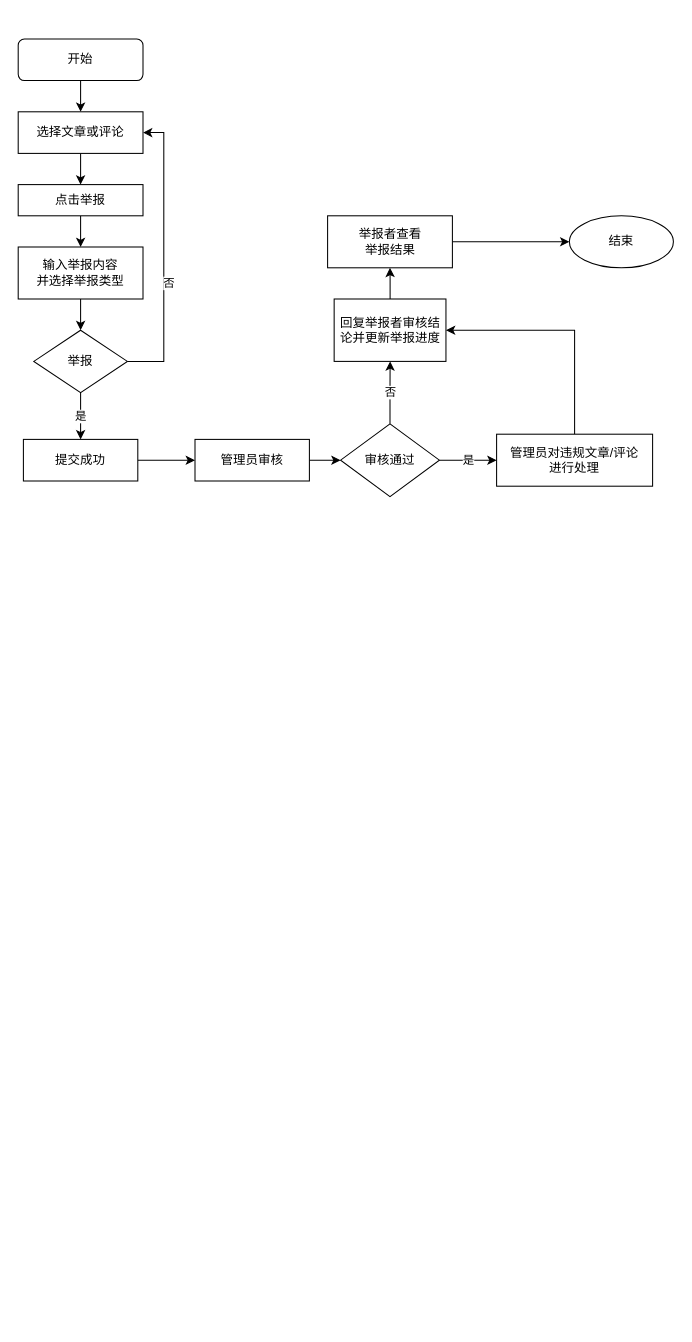
Above: report_manage_flowchart.drawio in JohnnyLin12/GJR_BBS (draw.io), before the change. Source tidied: cells renumbered, new cells numbered last; positions are measured from the earlier drawing's top-left corner, leaving out a move shared by most shapes. Both pictures are drawn from the tidied source at 104%, with x=0, y=0 at pixel (18, 38).
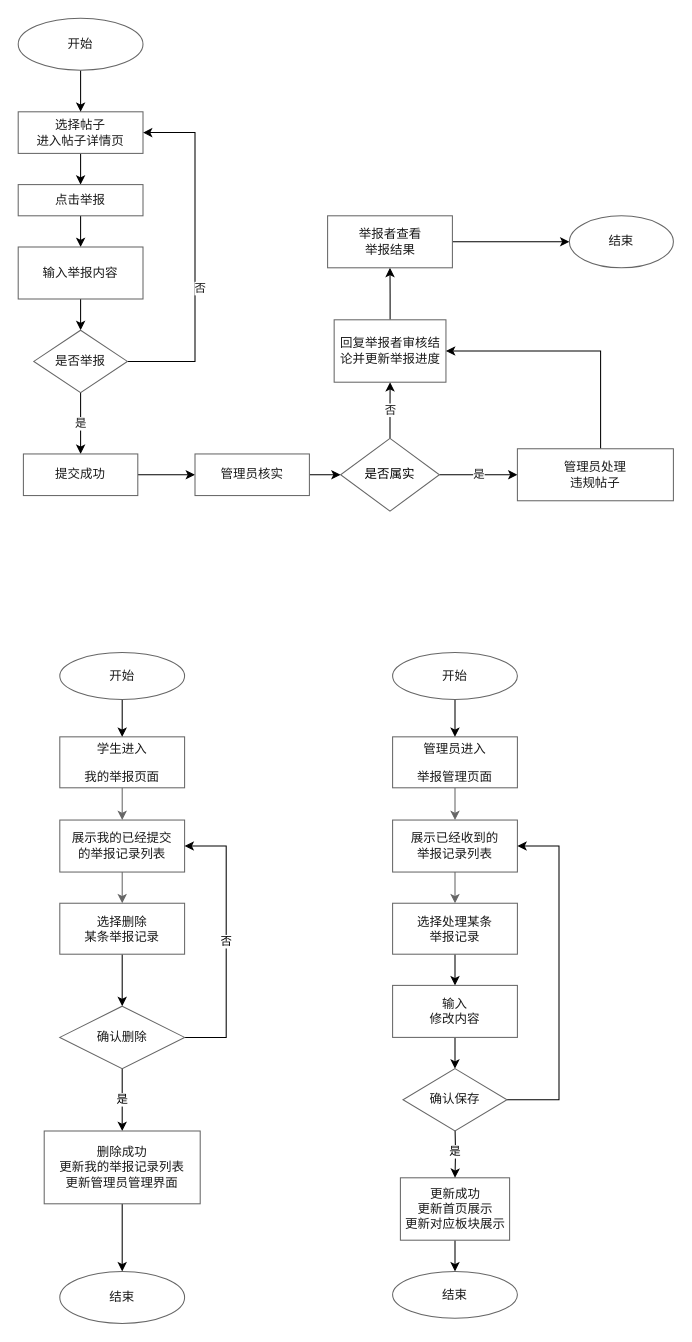
After the change.

Diff of the diagram source:
```diff
@@
-    <mxCell id="2" style="edgeStyle=orthogonalEdgeStyle;rounded=0;jettySize=auto;html=1;" parent="1" edge="1" source="3" target="5">
-      <mxGeometry relative="1" as="geometry" />
-    </mxCell>
-    <mxCell id="3" value="开始" style="rounded=1;whiteSpace=wrap;html=1;fontSize=12;glass=0;strokeWidth=1;shadow=0;" parent="1" vertex="1">
-      <mxGeometry width="120" height="40" as="geometry" />
-    </mxCell>
-    <mxCell id="4" style="edgeStyle=orthogonalEdgeStyle;rounded=0;jettySize=auto;html=1;" parent="1" edge="1" source="5" target="7">
+    <mxCell id="4" style="edgeStyle=orthogonalEdgeStyle;rounded=0;jettySize=auto;html=1;fontColor=#1A1A1A;" parent="1" edge="1" source="5" target="7">
       <mxGeometry relative="1" as="geometry" />
     </mxCell>
-    <mxCell id="5" value="选择文章或评论" style="whiteSpace=wrap;html=1;rounded=0;glass=0;strokeWidth=1;shadow=0;" parent="1" vertex="1">
+    <mxCell id="5" value="选择帖子&lt;br&gt;进入帖子详情页" style="whiteSpace=wrap;html=1;rounded=0;glass=0;strokeWidth=1;shadow=0;strokeColor=#666666;fontColor=#1A1A1A;" parent="1" vertex="1">
       <mxGeometry y="70" width="120" height="40" as="geometry" />
     </mxCell>
-    <mxCell id="6" style="edgeStyle=orthogonalEdgeStyle;rounded=0;jettySize=auto;html=1;" parent="1" edge="1" source="7" target="9">
+    <mxCell id="6" style="edgeStyle=orthogonalEdgeStyle;rounded=0;jettySize=auto;html=1;fontColor=#1A1A1A;" parent="1" edge="1" source="7" target="9">
       <mxGeometry relative="1" as="geometry" />
     </mxCell>
-    <mxCell id="7" value="点击举报" style="whiteSpace=wrap;html=1;rounded=0;glass=0;strokeWidth=1;shadow=0;" parent="1" vertex="1">
+    <mxCell id="7" value="点击举报" style="whiteSpace=wrap;html=1;rounded=0;glass=0;strokeWidth=1;shadow=0;strokeColor=#666666;fontColor=#1A1A1A;" parent="1" vertex="1">
       <mxGeometry y="140" width="120" height="30" as="geometry" />
     </mxCell>
-    <mxCell id="8" style="edgeStyle=orthogonalEdgeStyle;rounded=0;jettySize=auto;html=1;" parent="1" edge="1" source="9" target="13">
+    <mxCell id="8" style="edgeStyle=orthogonalEdgeStyle;rounded=0;jettySize=auto;html=1;fontColor=#1A1A1A;" parent="1" edge="1" source="9" target="13">
       <mxGeometry relative="1" as="geometry" />
     </mxCell>
-    <mxCell id="9" value="输入举报内容&lt;br&gt;并选择举报类型" style="whiteSpace=wrap;html=1;rounded=0;glass=0;strokeWidth=1;shadow=0;" parent="1" vertex="1">
+    <mxCell id="9" value="输入举报内容" style="whiteSpace=wrap;html=1;rounded=0;glass=0;strokeWidth=1;shadow=0;strokeColor=#666666;fontColor=#1A1A1A;" parent="1" vertex="1">
       <mxGeometry y="200" width="120" height="50" as="geometry" />
     </mxCell>
-    <mxCell id="10" style="edgeStyle=orthogonalEdgeStyle;rounded=0;jettySize=auto;html=1;entryX=1;entryY=0.5;entryDx=0;entryDy=0;" parent="1" edge="1" source="13" target="5">
+    <mxCell id="10" style="edgeStyle=orthogonalEdgeStyle;rounded=0;jettySize=auto;html=1;entryX=1;entryY=0.5;entryDx=0;entryDy=0;fontColor=#1A1A1A;" parent="1" edge="1" source="13" target="5">
       <mxGeometry relative="1" as="geometry">
         <Array as="points">
-          <mxPoint x="140" y="310" />
-          <mxPoint x="140" y="90" />
+          <mxPoint x="170" y="310" />
+          <mxPoint x="170" y="90" />
         </Array>
       </mxGeometry>
     </mxCell>
-    <mxCell id="11" value="否" style="edgeLabel;html=1;align=center;verticalAlign=middle;" parent="10" vertex="1">
+    <mxCell id="11" value="否" style="edgeLabel;html=1;align=center;verticalAlign=middle;fontColor=#1A1A1A;" parent="10" vertex="1">
       <mxGeometry x="-0.19" y="-4" relative="1" as="geometry" />
     </mxCell>
-    <mxCell id="12" value="是" style="edgeStyle=orthogonalEdgeStyle;rounded=0;jettySize=auto;html=1;" parent="1" edge="1" source="13" target="15">
+    <mxCell id="12" value="是" style="edgeStyle=orthogonalEdgeStyle;rounded=0;jettySize=auto;html=1;fontColor=#1A1A1A;" parent="1" edge="1" source="13" target="15">
       <mxGeometry relative="1" as="geometry" />
     </mxCell>
-    <mxCell id="13" value="举报" style="rhombus;whiteSpace=wrap;html=1;rounded=0;glass=0;strokeWidth=1;shadow=0;" parent="1" vertex="1">
+    <mxCell id="13" value="是否举报" style="rhombus;whiteSpace=wrap;html=1;rounded=0;glass=0;strokeWidth=1;shadow=0;strokeColor=#666666;fontColor=#1A1A1A;" parent="1" vertex="1">
       <mxGeometry x="15" y="280" width="90" height="60" as="geometry" />
     </mxCell>
-    <mxCell id="14" style="edgeStyle=orthogonalEdgeStyle;rounded=0;jettySize=auto;html=1;" parent="1" edge="1" source="15" target="17">
+    <mxCell id="14" style="edgeStyle=orthogonalEdgeStyle;rounded=0;jettySize=auto;html=1;fontColor=#1A1A1A;" parent="1" edge="1" source="15" target="17">
       <mxGeometry relative="1" as="geometry" />
     </mxCell>
-    <mxCell id="15" value="提交成功" style="whiteSpace=wrap;html=1;rounded=0;glass=0;strokeWidth=1;shadow=0;" parent="1" vertex="1">
-      <mxGeometry x="5" y="385" width="110" height="40" as="geometry" />
+    <mxCell id="15" value="提交成功" style="whiteSpace=wrap;html=1;rounded=0;glass=0;strokeWidth=1;shadow=0;strokeColor=#666666;fontColor=#1A1A1A;" parent="1" vertex="1">
+      <mxGeometry x="5" y="399" width="110" height="40" as="geometry" />
     </mxCell>
-    <mxCell id="16" style="edgeStyle=orthogonalEdgeStyle;rounded=0;jettySize=auto;html=1;" parent="1" edge="1" source="17" target="20">
+    <mxCell id="16" style="edgeStyle=orthogonalEdgeStyle;rounded=0;jettySize=auto;html=1;fontColor=#1A1A1A;" parent="1" edge="1" source="17" target="20">
       <mxGeometry relative="1" as="geometry" />
     </mxCell>
-    <mxCell id="17" value="管理员审核" style="whiteSpace=wrap;html=1;rounded=0;glass=0;strokeWidth=1;shadow=0;" parent="1" vertex="1">
-      <mxGeometry x="170" y="385" width="110" height="40" as="geometry" />
+    <mxCell id="17" value="管理员核实" style="whiteSpace=wrap;html=1;rounded=0;glass=0;strokeWidth=1;shadow=0;strokeColor=#666666;fontColor=#1A1A1A;" parent="1" vertex="1">
+      <mxGeometry x="170" y="399" width="110" height="40" as="geometry" />
     </mxCell>
-    <mxCell id="18" value="否" style="edgeStyle=orthogonalEdgeStyle;rounded=0;jettySize=auto;html=1;" parent="1" edge="1" source="20" target="22">
+    <mxCell id="18" value="否" style="edgeStyle=orthogonalEdgeStyle;rounded=0;jettySize=auto;html=1;fontColor=#1A1A1A;" parent="1" edge="1" source="20" target="22">
       <mxGeometry relative="1" as="geometry" />
     </mxCell>
-    <mxCell id="19" value="是" style="edgeStyle=orthogonalEdgeStyle;rounded=0;jettySize=auto;html=1;" parent="1" edge="1" source="20" target="24">
+    <mxCell id="19" value="是" style="edgeStyle=orthogonalEdgeStyle;rounded=0;jettySize=auto;html=1;fontColor=#1A1A1A;" parent="1" edge="1" source="20" target="24">
       <mxGeometry relative="1" as="geometry" />
     </mxCell>
-    <mxCell id="20" value="审核通过" style="rhombus;whiteSpace=wrap;html=1;rounded=0;glass=0;strokeWidth=1;shadow=0;" parent="1" vertex="1">
-      <mxGeometry x="310" y="370" width="95" height="70" as="geometry" />
+    <mxCell id="20" value="是否属实" style="rhombus;whiteSpace=wrap;html=1;rounded=0;glass=0;strokeWidth=1;shadow=0;strokeColor=#666666;" parent="1" vertex="1">
+      <mxGeometry x="310" y="384" width="95" height="70" as="geometry" />
     </mxCell>
-    <mxCell id="21" style="edgeStyle=orthogonalEdgeStyle;rounded=0;jettySize=auto;html=1;" parent="1" edge="1" source="22" target="26">
+    <mxCell id="21" style="edgeStyle=orthogonalEdgeStyle;rounded=0;jettySize=auto;html=1;fontColor=#1A1A1A;" parent="1" edge="1" source="22" target="26">
       <mxGeometry relative="1" as="geometry" />
     </mxCell>
-    <mxCell id="22" value="回复举报者审核结论并更新举报进度" style="whiteSpace=wrap;html=1;rounded=0;glass=0;strokeWidth=1;shadow=0;" parent="1" vertex="1">
-      <mxGeometry x="303.8" y="250" width="107.5" height="60" as="geometry" />
+    <mxCell id="22" value="回复举报者审核结论并更新举报进度" style="whiteSpace=wrap;html=1;rounded=0;glass=0;strokeWidth=1;shadow=0;strokeColor=#666666;fontColor=#1A1A1A;" parent="1" vertex="1">
+      <mxGeometry x="303.8" y="270" width="107.5" height="60" as="geometry" />
     </mxCell>
-    <mxCell id="23" style="edgeStyle=orthogonalEdgeStyle;rounded=0;jettySize=auto;html=1;entryX=1;entryY=0.5;entryDx=0;entryDy=0;" parent="1" edge="1" source="24" target="22">
+    <mxCell id="23" style="edgeStyle=orthogonalEdgeStyle;rounded=0;jettySize=auto;html=1;entryX=1;entryY=0.5;entryDx=0;entryDy=0;fontColor=#1A1A1A;strokeColor=default;" parent="1" edge="1" source="24" target="22">
       <mxGeometry relative="1" as="geometry">
         <Array as="points">
-          <mxPoint x="535" y="280" />
+          <mxPoint x="560" y="300" />
         </Array>
       </mxGeometry>
     </mxCell>
-    <mxCell id="24" value="管理员对违规文章/评论&lt;br&gt;进行处理" style="whiteSpace=wrap;html=1;rounded=0;glass=0;strokeWidth=1;shadow=0;" parent="1" vertex="1">
-      <mxGeometry x="460" y="380" width="150" height="50" as="geometry" />
+    <mxCell id="24" value="管理员处理&lt;br&gt;违规帖子" style="whiteSpace=wrap;html=1;rounded=0;glass=0;strokeWidth=1;shadow=0;strokeColor=#666666;fontColor=#1A1A1A;" parent="1" vertex="1">
+      <mxGeometry x="480" y="394" width="150" height="50" as="geometry" />
     </mxCell>
-    <mxCell id="25" style="edgeStyle=orthogonalEdgeStyle;rounded=0;jettySize=auto;html=1;entryX=0;entryY=0.5;entryDx=0;entryDy=0;" parent="1" edge="1" source="26" target="27">
+    <mxCell id="25" style="edgeStyle=orthogonalEdgeStyle;rounded=0;jettySize=auto;html=1;entryX=0;entryY=0.5;entryDx=0;entryDy=0;fontColor=#1A1A1A;" parent="1" edge="1" source="26" target="27">
       <mxGeometry relative="1" as="geometry" />
     </mxCell>
-    <mxCell id="26" value="举报者查看&lt;br&gt;举报结果" style="whiteSpace=wrap;html=1;rounded=0;glass=0;strokeWidth=1;shadow=0;" parent="1" vertex="1">
+    <mxCell id="26" value="举报者查看&lt;br&gt;举报结果" style="whiteSpace=wrap;html=1;rounded=0;glass=0;strokeWidth=1;shadow=0;strokeColor=#666666;fontColor=#1A1A1A;" parent="1" vertex="1">
       <mxGeometry x="297.5" y="170" width="120" height="50" as="geometry" />
     </mxCell>
-    <mxCell id="27" value="结束" style="ellipse;whiteSpace=wrap;html=1;rounded=0;glass=0;strokeWidth=1;shadow=0;" parent="1" vertex="1">
+    <mxCell id="27" value="结束" style="ellipse;whiteSpace=wrap;html=1;rounded=0;glass=0;strokeWidth=1;shadow=0;strokeColor=#666666;fontColor=#1A1A1A;" parent="1" vertex="1">
       <mxGeometry x="530" y="170" width="100" height="50" as="geometry" />
     </mxCell>
+    <mxCell id="28" style="edgeStyle=orthogonalEdgeStyle;rounded=0;jettySize=auto;html=1;fontColor=#1A1A1A;strokeColor=default;" parent="1" edge="1" source="29" target="5">
+      <mxGeometry relative="1" as="geometry" />
+    </mxCell>
+    <mxCell id="29" value="开始" style="ellipse;whiteSpace=wrap;html=1;fontColor=#1A1A1A;strokeColor=#666666;" parent="1" vertex="1">
+      <mxGeometry y="-20" width="120" height="50" as="geometry" />
+    </mxCell>
+    <mxCell id="30" style="edgeStyle=orthogonalEdgeStyle;rounded=0;jettySize=auto;html=1;fontFamily=Helvetica;fontColor=#1A1A1A;strokeColor=#666666;" parent="1" edge="1" source="31" target="35">
+      <mxGeometry relative="1" as="geometry" />
+    </mxCell>
+    <mxCell id="31" value="&lt;p&gt;学生&lt;span&gt;进入&lt;/span&gt;&lt;/p&gt;&lt;p&gt;&lt;span&gt;我的举报页面&lt;/span&gt;&lt;/p&gt;" style="rounded=0;whiteSpace=wrap;html=1;fontFamily=Helvetica;fontColor=#1A1A1A;strokeColor=#666666;" parent="1" vertex="1">
+      <mxGeometry x="40" y="671" width="120" height="49" as="geometry" />
+    </mxCell>
+    <mxCell id="32" style="edgeStyle=orthogonalEdgeStyle;rounded=0;jettySize=auto;html=1;" parent="1" edge="1" source="33" target="40">
+      <mxGeometry relative="1" as="geometry" />
+    </mxCell>
+    <mxCell id="33" value="选择删除&lt;br&gt;某条举报记录" style="whiteSpace=wrap;html=1;rounded=0;fontFamily=Helvetica;fontColor=#1A1A1A;strokeColor=#666666;" parent="1" vertex="1">
+      <mxGeometry x="40" y="831" width="120" height="49" as="geometry" />
+    </mxCell>
+    <mxCell id="34" style="edgeStyle=orthogonalEdgeStyle;rounded=0;jettySize=auto;html=1;fontFamily=Helvetica;fontColor=#1A1A1A;strokeColor=#666666;" parent="1" edge="1" source="35" target="33">
+      <mxGeometry relative="1" as="geometry" />
+    </mxCell>
+    <mxCell id="35" value="展示我的已经提交&lt;br&gt;的举报记录列表" style="rounded=0;whiteSpace=wrap;html=1;fontFamily=Helvetica;fontColor=#1A1A1A;strokeColor=#666666;" parent="1" vertex="1">
+      <mxGeometry x="40" y="751" width="120" height="50" as="geometry" />
+    </mxCell>
+    <mxCell id="36" style="edgeStyle=orthogonalEdgeStyle;rounded=0;jettySize=auto;html=1;" parent="1" edge="1" source="37" target="31">
+      <mxGeometry relative="1" as="geometry" />
+    </mxCell>
+    <mxCell id="37" value="开始" style="ellipse;whiteSpace=wrap;html=1;strokeColor=#666666;fontColor=#1A1A1A;rounded=0;" parent="1" vertex="1">
+      <mxGeometry x="40" y="590" width="120" height="45" as="geometry" />
+    </mxCell>
+    <mxCell id="38" value="是" style="edgeStyle=orthogonalEdgeStyle;rounded=0;jettySize=auto;html=1;" parent="1" edge="1" source="40" target="42">
+      <mxGeometry relative="1" as="geometry" />
+    </mxCell>
+    <mxCell id="39" value="否" style="edgeStyle=orthogonalEdgeStyle;rounded=0;jettySize=auto;html=1;entryX=1;entryY=0.5;entryDx=0;entryDy=0;" parent="1" edge="1" source="40" target="35">
+      <mxGeometry relative="1" as="geometry">
+        <Array as="points">
+          <mxPoint x="200" y="960" />
+          <mxPoint x="200" y="776" />
+        </Array>
+      </mxGeometry>
+    </mxCell>
+    <mxCell id="40" value="确认删除" style="rhombus;whiteSpace=wrap;html=1;strokeColor=#666666;fontColor=#1A1A1A;rounded=0;" parent="1" vertex="1">
+      <mxGeometry x="40" y="930" width="120" height="60" as="geometry" />
+    </mxCell>
+    <mxCell id="41" style="edgeStyle=orthogonalEdgeStyle;rounded=0;jettySize=auto;html=1;" parent="1" edge="1" source="42" target="43">
+      <mxGeometry relative="1" as="geometry" />
+    </mxCell>
+    <mxCell id="42" value="删除成功&lt;br&gt;更新我的举报记录列表&lt;br&gt;更新管理员管理界面" style="whiteSpace=wrap;html=1;strokeColor=#666666;fontColor=#1A1A1A;rounded=0;" parent="1" vertex="1">
+      <mxGeometry x="25" y="1050" width="150" height="70" as="geometry" />
+    </mxCell>
+    <mxCell id="43" value="结束" style="ellipse;whiteSpace=wrap;html=1;strokeColor=#666666;fontColor=#1A1A1A;rounded=0;" parent="1" vertex="1">
+      <mxGeometry x="40" y="1185" width="120" height="50" as="geometry" />
+    </mxCell>
+    <mxCell id="44" style="edgeStyle=orthogonalEdgeStyle;rounded=0;jettySize=auto;html=1;fontFamily=Helvetica;fontColor=#1A1A1A;strokeColor=#666666;" parent="1" edge="1" source="45" target="49">
+      <mxGeometry relative="1" as="geometry" />
+    </mxCell>
+    <mxCell id="45" value="&lt;p&gt;管理员进入&lt;/p&gt;&lt;p&gt;举报管理页面&lt;br&gt;&lt;/p&gt;" style="rounded=0;whiteSpace=wrap;html=1;fontFamily=Helvetica;fontColor=#1A1A1A;strokeColor=#666666;" parent="1" vertex="1">
+      <mxGeometry x="360" y="671" width="120" height="49" as="geometry" />
+    </mxCell>
+    <mxCell id="46" style="edgeStyle=orthogonalEdgeStyle;rounded=0;jettySize=auto;html=1;" parent="1" edge="1" source="47" target="56">
+      <mxGeometry relative="1" as="geometry" />
+    </mxCell>
+    <mxCell id="47" value="选择处理某条&lt;br&gt;举报记录" style="whiteSpace=wrap;html=1;rounded=0;fontFamily=Helvetica;fontColor=#1A1A1A;strokeColor=#666666;" parent="1" vertex="1">
+      <mxGeometry x="360" y="831" width="120" height="49" as="geometry" />
+    </mxCell>
+    <mxCell id="48" style="edgeStyle=orthogonalEdgeStyle;rounded=0;jettySize=auto;html=1;fontFamily=Helvetica;fontColor=#1A1A1A;strokeColor=#666666;" parent="1" edge="1" source="49" target="47">
+      <mxGeometry relative="1" as="geometry" />
+    </mxCell>
+    <mxCell id="49" value="展示已经收到的&lt;br&gt;举报记录列表" style="rounded=0;whiteSpace=wrap;html=1;fontFamily=Helvetica;fontColor=#1A1A1A;strokeColor=#666666;" parent="1" vertex="1">
+      <mxGeometry x="360" y="751" width="120" height="50" as="geometry" />
+    </mxCell>
+    <mxCell id="50" style="edgeStyle=orthogonalEdgeStyle;rounded=0;jettySize=auto;html=1;" parent="1" edge="1" source="51" target="45">
+      <mxGeometry relative="1" as="geometry" />
+    </mxCell>
+    <mxCell id="51" value="开始" style="ellipse;whiteSpace=wrap;html=1;strokeColor=#666666;fontColor=#1A1A1A;rounded=0;" parent="1" vertex="1">
+      <mxGeometry x="360" y="590" width="120" height="45" as="geometry" />
+    </mxCell>
+    <mxCell id="52" style="edgeStyle=orthogonalEdgeStyle;rounded=0;jettySize=auto;html=1;" parent="1" edge="1" source="53" target="54">
+      <mxGeometry relative="1" as="geometry" />
+    </mxCell>
+    <mxCell id="53" value="更新成功&lt;br&gt;更新首页展示&lt;br&gt;更新对应板块展示" style="whiteSpace=wrap;html=1;strokeColor=#666666;fontColor=#1A1A1A;rounded=0;" parent="1" vertex="1">
+      <mxGeometry x="367.5" y="1095" width="105" height="60" as="geometry" />
+    </mxCell>
+    <mxCell id="54" value="结束" style="ellipse;whiteSpace=wrap;html=1;strokeColor=#666666;fontColor=#1A1A1A;rounded=0;" parent="1" vertex="1">
+      <mxGeometry x="360" y="1185" width="120" height="45" as="geometry" />
+    </mxCell>
+    <mxCell id="55" style="edgeStyle=orthogonalEdgeStyle;rounded=0;jettySize=auto;html=1;fontColor=#1A1A1A;strokeColor=default;" parent="1" edge="1" source="56" target="59">
+      <mxGeometry relative="1" as="geometry" />
+    </mxCell>
+    <mxCell id="56" value="&lt;span&gt;输入&lt;/span&gt;&lt;br&gt;&lt;span&gt;修改内容&lt;/span&gt;" style="whiteSpace=wrap;html=1;strokeColor=#666666;fontColor=#1A1A1A;rounded=0;" parent="1" vertex="1">
+      <mxGeometry x="360" y="910" width="120" height="50" as="geometry" />
+    </mxCell>
+    <mxCell id="57" value="是" style="edgeStyle=orthogonalEdgeStyle;rounded=0;jettySize=auto;html=1;" parent="1" edge="1" target="53">
+      <mxGeometry relative="1" as="geometry">
+        <mxPoint x="420" y="1045" as="sourcePoint" />
+      </mxGeometry>
+    </mxCell>
+    <mxCell id="58" style="edgeStyle=orthogonalEdgeStyle;rounded=0;jettySize=auto;html=1;entryX=1;entryY=0.5;entryDx=0;entryDy=0;fontColor=#1A1A1A;strokeColor=default;" parent="1" edge="1" source="59" target="49">
+      <mxGeometry relative="1" as="geometry">
+        <Array as="points">
+          <mxPoint x="520" y="1020" />
+          <mxPoint x="520" y="776" />
+        </Array>
+      </mxGeometry>
+    </mxCell>
+    <mxCell id="59" value="确认保存" style="rhombus;whiteSpace=wrap;html=1;strokeColor=#666666;fontColor=#1A1A1A;rounded=0;" parent="1" vertex="1">
+      <mxGeometry x="370" y="990" width="100" height="60" as="geometry" />
+    </mxCell>
```
